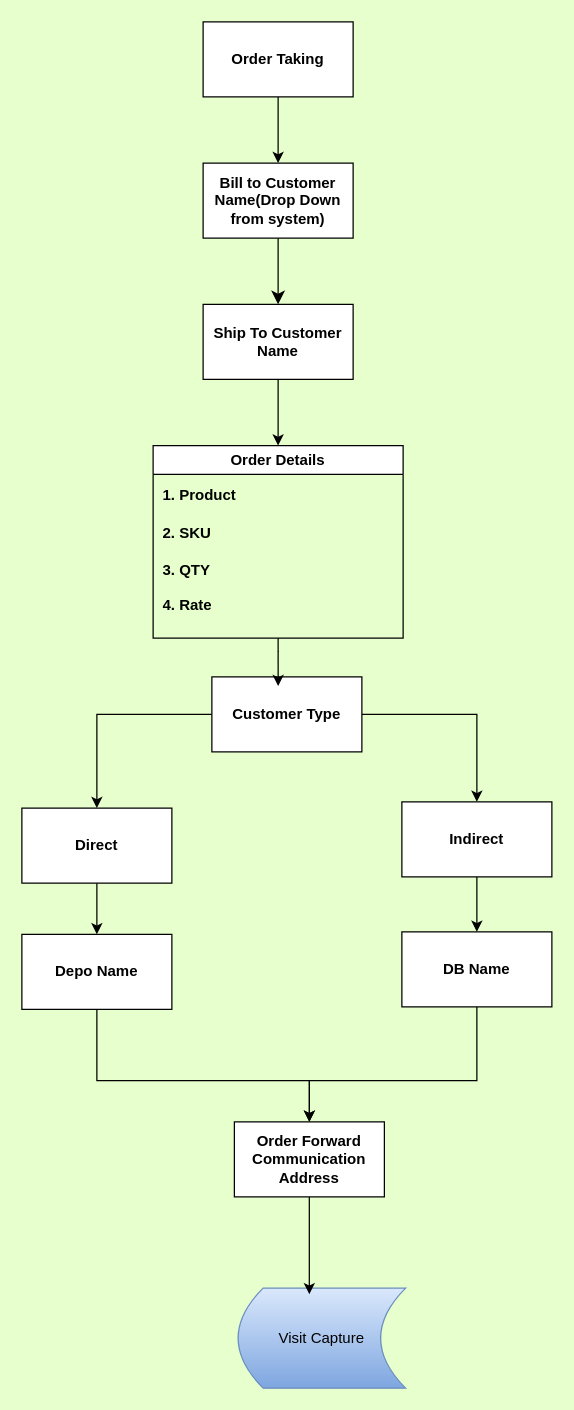
Above: page "Order Taking" (7 of 8) of customer visit workflow.drawio in SBOSE550/Customer-Visit-Data-Collection-Form (draw.io), before the change. Source tidied: cells renumbered, new cells numbered last; positions are measured from the earlier drawing's top-left corner, leaving out a move shared by most shapes. Both pictures are drawn from the tidied source at 125%, with x=0, y=0 at pixel (21, 21).
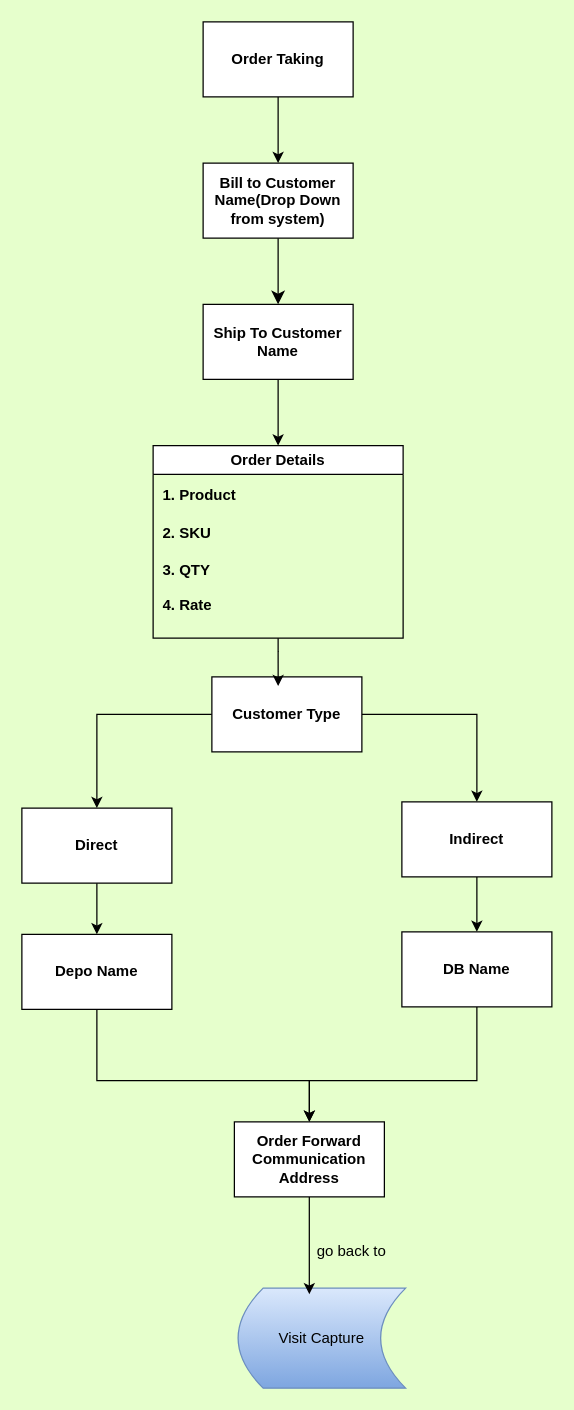
After the change.

Diff of the diagram source:
```diff
@@
+    <mxCell id="29" value="go back to" style="text;html=1;align=center;verticalAlign=middle;whiteSpace=wrap;rounded=0;rotation=0;" parent="1" vertex="1">
+      <mxGeometry x="234" y="969" width="60" height="30" as="geometry" />
+    </mxCell>
```
